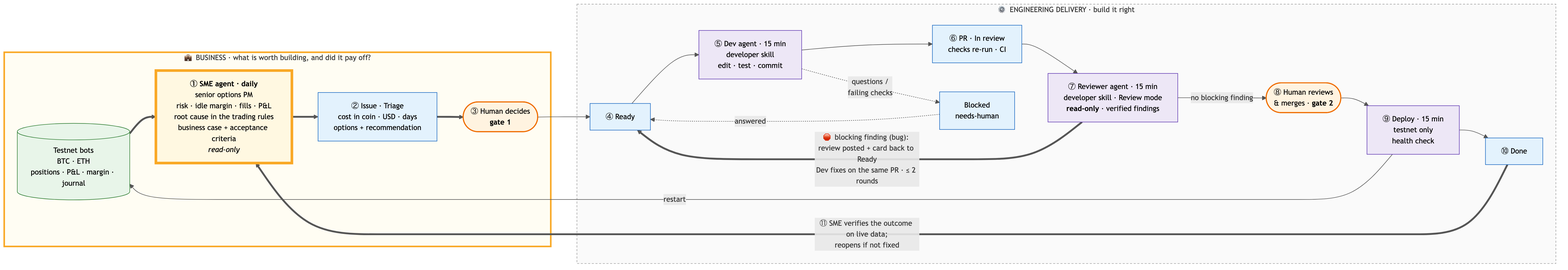
Earlier version of the Mermaid export docs/agentic_workflow.png (rchau73/optionsBot). Its source is kept beside it as docs/agentic_workflow.mmd.
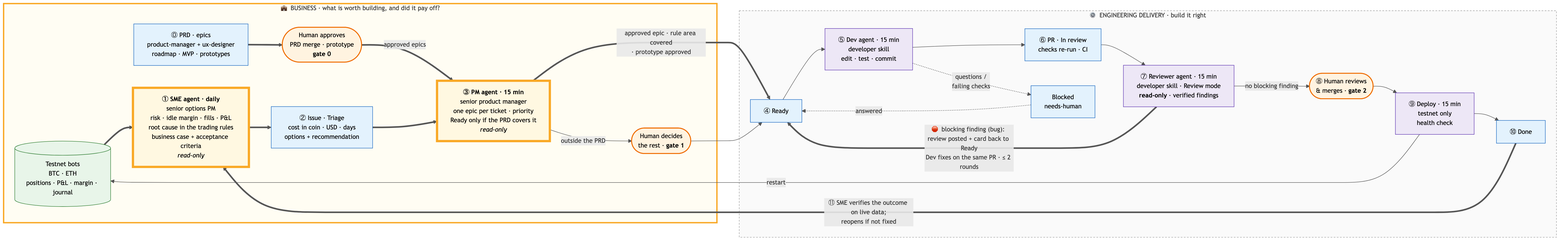
Later version of the same file.

Diff of the diagram source:
```diff
@@ -4,7 +4,10 @@
         BOTS[("Testnet bots<br/>BTC · ETH<br/>positions · P&L · margin · journal")]
         SME["<b>① SME agent · daily</b><br/>senior options PM<br/>risk · idle margin · fills · P&L<br/>root cause in the trading rules<br/>business case + acceptance criteria<br/><i>read-only</i>"]
         TRI["② Issue · Triage<br/>cost in coin · USD · days<br/>options + recommendation"]
-        H1(["③ Human decides<br/><b>gate 1</b>"])
+        PRD["⓪ PRD · epics<br/>product-manager + ux-designer<br/>roadmap · MVP · prototypes"]
+        H0(["Human approves<br/>PRD merge · prototype<br/><b>gate 0</b>"])
+        PM["<b>③ PM agent · 15 min</b><br/>senior product manager<br/>one epic per ticket · priority<br/>Ready only if the PRD covers it<br/><i>read-only</i>"]
+        H1(["Human decides<br/>the rest · <b>gate 1</b>"])
     end
 
     subgraph ENG["⚙️ ENGINEERING DELIVERY · build it right"]
@@ -19,7 +22,10 @@
         BLK["Blocked<br/>needs-human"]
     end
 
-    BOTS ==> SME ==> TRI ==> H1 --> READY --> DEV --> PR --> REV -->|no blocking finding| H2 --> DEP --> DONE
+    PRD ==> H0 ==>|approved epics| PM
+    BOTS ==> SME ==> TRI ==> PM ==>|"approved epic · rule area covered<br/>· prototype approved"| READY
+    PM -->|outside the PRD| H1 --> READY
+    READY --> DEV --> PR --> REV -->|no blocking finding| H2 --> DEP --> DONE
     REV ==>|"🛑 blocking finding (bug): review posted + card back to Ready<br/>Dev fixes on the same PR · ≤ 2 rounds"| READY
     DEP -->|restart| BOTS
     DEV -.->|questions /<br/>failing checks| BLK -.->|answered| READY
@@ -30,10 +36,10 @@
     classDef human fill:#fff3e0,stroke:#ef6c00,color:#000,stroke-width:2px
     classDef gh fill:#e3f2fd,stroke:#1565c0,color:#000
     classDef run fill:#e8f5e9,stroke:#2e7d32,color:#000
-    class SME sme
+    class SME,PM sme
     class DEV,REV,DEP agent
-    class H1,H2 human
-    class TRI,READY,PR,DONE,BLK gh
+    class H0,H1,H2 human
+    class PRD,TRI,READY,PR,DONE,BLK gh
     class BOTS run
     style BIZ fill:#fffdf3,stroke:#f9a825,stroke-width:3px
     style ENG fill:#fafafa,stroke:#9e9e9e,stroke-width:1px,stroke-dasharray:4 3
```
